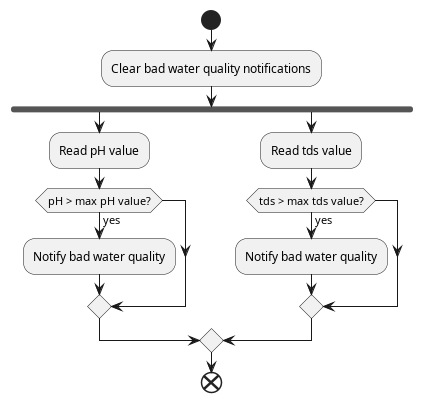
Vvamp/ATP2324 keeps this PlantUML diagram as Testplan/Images/ActivityDiagramQuality.png. Above is the earlier version. The source it was exported from:
```plantuml
@startuml ActivityDiagramQuality
start
:Clear bad water quality notifications;
fork
    :Read pH value;
    if (pH > max pH value?) is (yes) then
        :Notify bad water quality;

    endif
fork again
    :Read tds value;
    if (tds > max tds value?) is (yes) then
        :Notify bad water quality;
    endif
end merge




end

@enduml
```
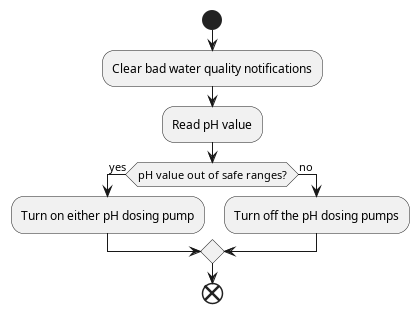
After the change.

Diff of the diagram source:
```diff
@@ -1,21 +1,12 @@
 @startuml ActivityDiagramQuality
 start
 :Clear bad water quality notifications;
-fork
-    :Read pH value;
-    if (pH > max pH value?) is (yes) then
-        :Notify bad water quality;
-
-    endif
-fork again
-    :Read tds value;
-    if (tds > max tds value?) is (yes) then
-        :Notify bad water quality;
-    endif
-end merge
-
-
-
+:Read pH value;
+if (pH value out of safe ranges?) is (yes) then
+    :Turn on either pH dosing pump;
+else  (no)
+    :Turn off the pH dosing pumps;
+endif
 
 end
 
```
